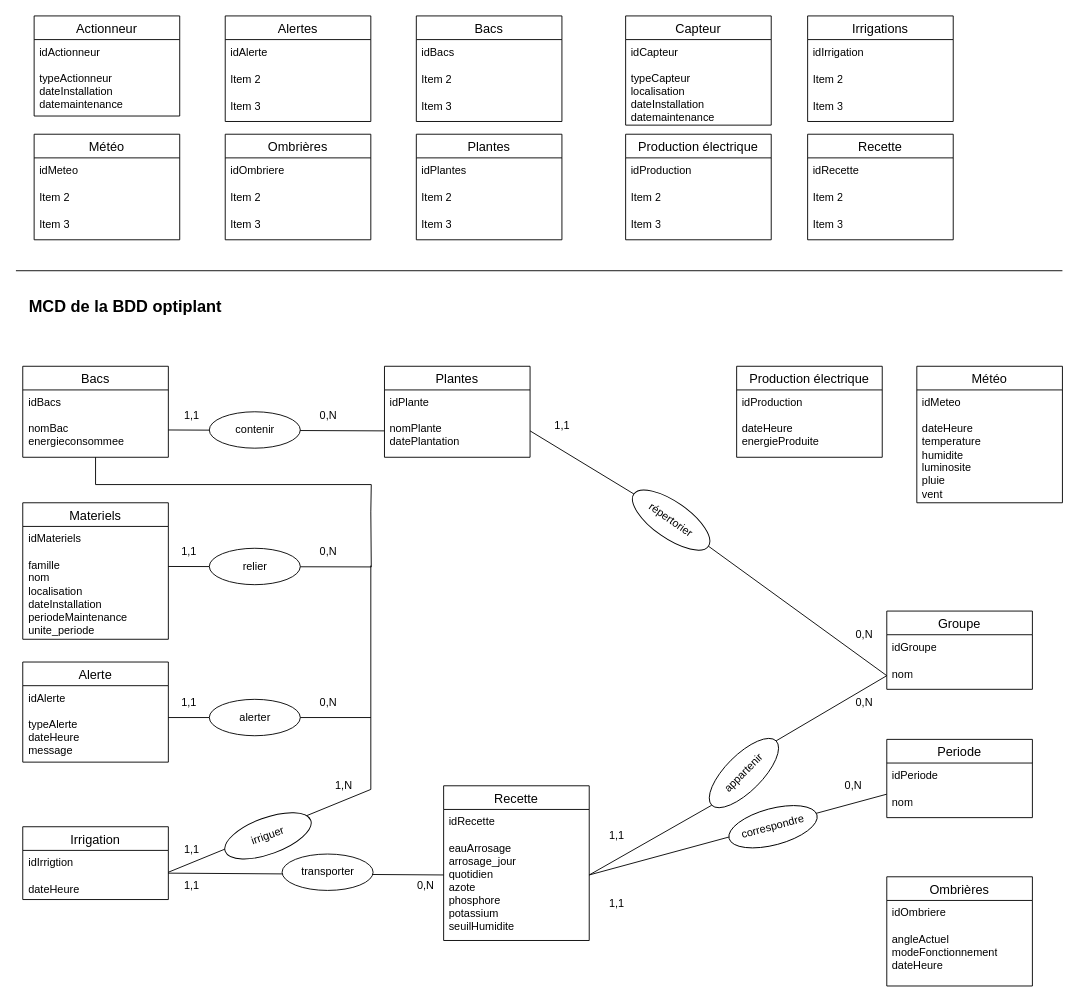
The draw.io diagram MCD.drawio in SAE601/BDD, before the edit. Source tidied: cells renumbered, new cells numbered last; positions are measured from the earlier drawing's top-left corner, leaving out a move shared by most shapes. Both pictures are drawn from the tidied source at 91%, with x=0, y=0 at pixel (15, 15).
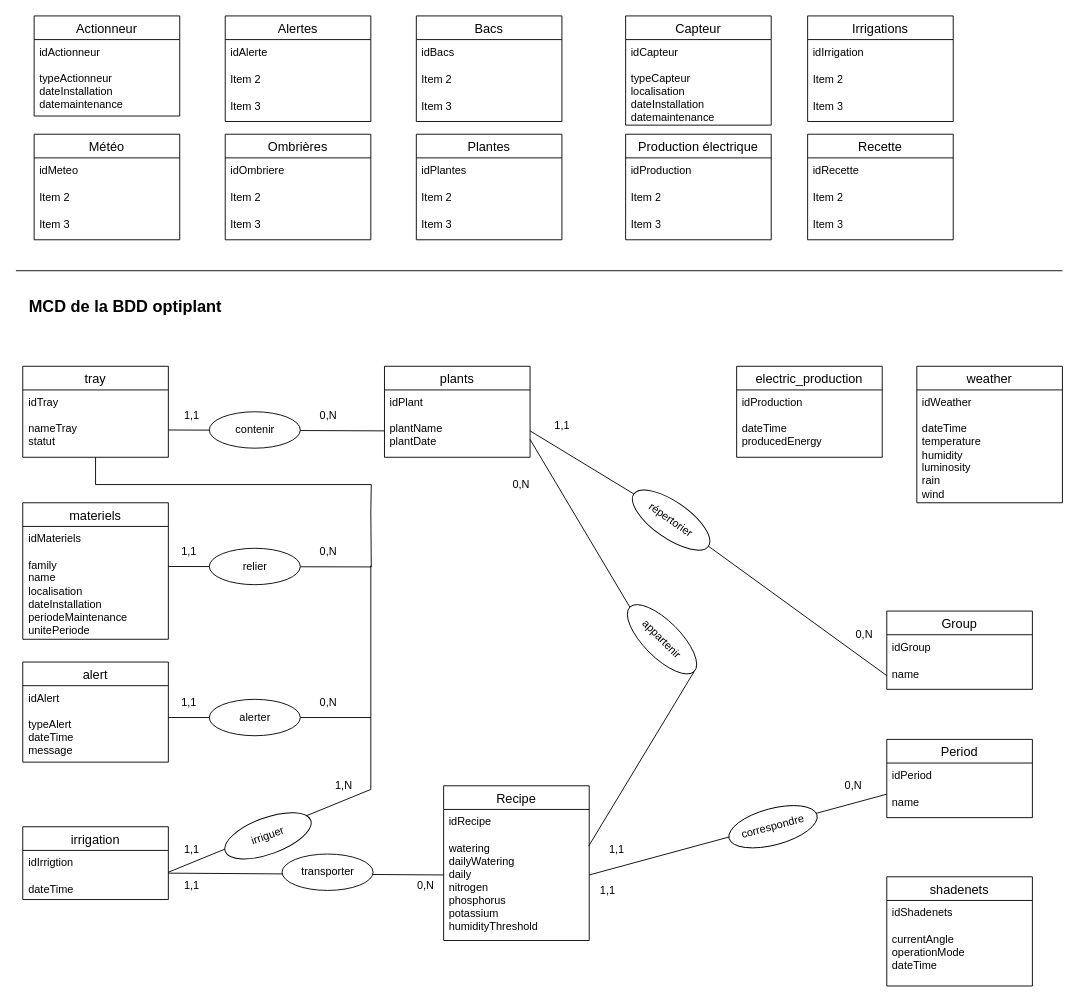
After the change.

What changed in the source:
```diff
@@
-    <mxCell id="35" value="Bacs" style="swimlane;fontStyle=0;horizontal=1;startSize=26;align=center;fontSize=14;" parent="1" vertex="1">
+    <mxCell id="35" value="tray" style="swimlane;fontStyle=0;horizontal=1;startSize=26;align=center;fontSize=14;" parent="1" vertex="1">
       <mxGeometry x="7.5" y="385" width="160" height="100" as="geometry" />
     </mxCell>
-    <mxCell id="36" value="&lt;div&gt;idBacs&lt;/div&gt;&lt;div&gt;&lt;br&gt;&lt;/div&gt;&lt;div&gt;nomBac&lt;/div&gt;&lt;div&gt;energieconsommee&lt;/div&gt;&lt;div&gt;&lt;br&gt;&lt;/div&gt;" style="text;strokeColor=none;fillColor=none;spacingLeft=4;spacingRight=4;overflow=hidden;fontSize=12;whiteSpace=wrap;html=1;" parent="35" vertex="1">
+    <mxCell id="36" value="&lt;div&gt;idTray&lt;u&gt; &lt;/u&gt;&lt;/div&gt;&lt;div&gt;&lt;br&gt;&lt;/div&gt;&lt;div&gt;nameTray&lt;/div&gt;&lt;div&gt;&lt;span style=&quot;white-space: pre;&quot;&gt;statut&lt;span style=&quot;white-space: pre;&quot;&gt;&#9;&lt;/span&gt;&lt;/span&gt;&lt;/div&gt;&lt;div&gt;&lt;br&gt;&lt;/div&gt;" style="text;strokeColor=none;fillColor=none;spacingLeft=4;spacingRight=4;overflow=hidden;fontSize=12;whiteSpace=wrap;html=1;" parent="35" vertex="1">
       <mxGeometry y="26" width="160" height="74" as="geometry" />
     </mxCell>
-    <mxCell id="37" value="Plantes" style="swimlane;fontStyle=0;horizontal=1;startSize=26;align=center;fontSize=14;" parent="1" vertex="1">
+    <mxCell id="37" value="plants" style="swimlane;fontStyle=0;horizontal=1;startSize=26;align=center;fontSize=14;" parent="1" vertex="1">
       <mxGeometry x="405" y="385" width="160" height="100" as="geometry" />
     </mxCell>
-    <mxCell id="38" value="&lt;div&gt;idPlante&lt;/div&gt;&lt;div&gt;&lt;br&gt;&lt;/div&gt;&lt;div&gt;nomPlante&lt;/div&gt;&lt;div&gt;datePlantation&lt;br&gt;&lt;/div&gt;" style="text;strokeColor=none;fillColor=none;spacingLeft=4;spacingRight=4;overflow=hidden;points=[[0,0.5],[1,0.5]];portConstraint=eastwest;fontSize=12;whiteSpace=wrap;html=1;" parent="37" vertex="1">
+    <mxCell id="38" value="&lt;div&gt;idPlant&lt;/div&gt;&lt;div&gt;&lt;br&gt;&lt;/div&gt;&lt;div&gt;plantName&lt;/div&gt;&lt;div&gt;plantDate&lt;/div&gt;" style="text;strokeColor=none;fillColor=none;spacingLeft=4;spacingRight=4;overflow=hidden;points=[[0,0.5],[1,0.5]];portConstraint=eastwest;fontSize=12;whiteSpace=wrap;html=1;" parent="37" vertex="1">
       <mxGeometry y="26" width="160" height="74" as="geometry" />
     </mxCell>
@@
-    <mxCell id="48" value="Alerte" style="swimlane;fontStyle=0;horizontal=1;startSize=26;align=center;fontSize=14;" parent="1" vertex="1">
+    <mxCell id="48" value="alert" style="swimlane;fontStyle=0;horizontal=1;startSize=26;align=center;fontSize=14;" parent="1" vertex="1">
       <mxGeometry x="7.5" y="710" width="160" height="110" as="geometry" />
     </mxCell>
-    <mxCell id="49" value="&lt;div&gt;idAlerte&lt;/div&gt;&lt;div&gt;&lt;br&gt;&lt;/div&gt;&lt;div&gt;typeAlerte&lt;/div&gt;&lt;div&gt;dateHeure&lt;/div&gt;&lt;div&gt;message&lt;br&gt;&lt;/div&gt;" style="text;strokeColor=none;fillColor=none;spacingLeft=4;spacingRight=4;overflow=hidden;fontSize=12;whiteSpace=wrap;html=1;" parent="48" vertex="1">
+    <mxCell id="49" value="&lt;div&gt;idAlert&lt;/div&gt;&lt;div&gt;&lt;br&gt;&lt;/div&gt;&lt;div&gt;typeAlert&lt;/div&gt;&lt;div&gt;dateTime&lt;/div&gt;&lt;div&gt;message&lt;br&gt;&lt;/div&gt;" style="text;strokeColor=none;fillColor=none;spacingLeft=4;spacingRight=4;overflow=hidden;fontSize=12;whiteSpace=wrap;html=1;" parent="48" vertex="1">
       <mxGeometry y="26" width="160" height="84" as="geometry" />
     </mxCell>
@@
-    <mxCell id="55" value="Groupe" style="swimlane;fontStyle=0;horizontal=1;startSize=26;align=center;fontSize=14;" parent="1" vertex="1">
+    <mxCell id="55" value="Group" style="swimlane;fontStyle=0;horizontal=1;startSize=26;align=center;fontSize=14;" parent="1" vertex="1">
       <mxGeometry x="957" y="654" width="160" height="86" as="geometry" />
     </mxCell>
-    <mxCell id="56" value="idGroupe" style="text;strokeColor=none;fillColor=none;spacingLeft=4;spacingRight=4;overflow=hidden;fontSize=12;whiteSpace=wrap;html=1;" parent="55" vertex="1">
+    <mxCell id="56" value="idGroup" style="text;strokeColor=none;fillColor=none;spacingLeft=4;spacingRight=4;overflow=hidden;fontSize=12;whiteSpace=wrap;html=1;" parent="55" vertex="1">
       <mxGeometry y="26" width="160" height="30" as="geometry" />
     </mxCell>
-    <mxCell id="57" value="nom" style="text;strokeColor=none;fillColor=none;spacingLeft=4;spacingRight=4;overflow=hidden;points=[[0,0.5],[1,0.5]];portConstraint=eastwest;fontSize=12;whiteSpace=wrap;html=1;" parent="55" vertex="1">
+    <mxCell id="57" value="name" style="text;strokeColor=none;fillColor=none;spacingLeft=4;spacingRight=4;overflow=hidden;points=[[0,0.5],[1,0.5]];portConstraint=eastwest;fontSize=12;whiteSpace=wrap;html=1;" parent="55" vertex="1">
       <mxGeometry y="56" width="160" height="30" as="geometry" />
     </mxCell>
-    <mxCell id="58" style="endArrow=none;html=1;rounded=0;entryX=0;entryY=0.5;entryDx=0;entryDy=0;exitX=1;exitY=0.5;exitDx=0;exitDy=0;" parent="1" edge="1" source="100" target="57">
+    <mxCell id="58" style="endArrow=none;html=1;rounded=0;exitX=0;exitY=0.5;exitDx=0;exitDy=0;entryX=1;entryY=0.735;entryDx=0;entryDy=0;entryPerimeter=0;" parent="1" edge="1" source="100" target="38">
       <mxGeometry relative="1" as="geometry" />
     </mxCell>
     <mxCell id="59" value="1,1" style="text;html=1;align=center;verticalAlign=middle;strokeColor=none;fillColor=none;" parent="1" vertex="1">
-      <mxGeometry x="640" y="961" width="40" height="30" as="geometry" />
+      <mxGeometry x="630" y="946" width="40" height="30" as="geometry" />
     </mxCell>
     <mxCell id="60" value="0,N" style="text;html=1;align=center;verticalAlign=middle;strokeColor=none;fillColor=none;" parent="1" vertex="1">
-      <mxGeometry x="912" y="740" width="40" height="30" as="geometry" />
+      <mxGeometry x="535" y="500" width="40" height="30" as="geometry" />
     </mxCell>
@@
     <mxCell id="63" value="1,1" style="text;html=1;align=center;verticalAlign=middle;strokeColor=none;fillColor=none;" parent="1" vertex="1">
-      <mxGeometry x="640" y="886" width="40" height="30" as="geometry" />
+      <mxGeometry x="640" y="901" width="40" height="30" as="geometry" />
     </mxCell>
@@
-    <mxCell id="65" value="Periode" style="swimlane;fontStyle=0;horizontal=1;startSize=26;align=center;fontSize=14;" parent="1" vertex="1">
+    <mxCell id="65" value="Period" style="swimlane;fontStyle=0;horizontal=1;startSize=26;align=center;fontSize=14;" parent="1" vertex="1">
       <mxGeometry x="957" y="795" width="160" height="86" as="geometry" />
     </mxCell>
-    <mxCell id="66" value="idPeriode" style="text;strokeColor=none;fillColor=none;spacingLeft=4;spacingRight=4;overflow=hidden;fontSize=12;whiteSpace=wrap;html=1;" parent="65" vertex="1">
+    <mxCell id="66" value="idPeriod" style="text;strokeColor=none;fillColor=none;spacingLeft=4;spacingRight=4;overflow=hidden;fontSize=12;whiteSpace=wrap;html=1;" parent="65" vertex="1">
       <mxGeometry y="26" width="160" height="30" as="geometry" />
     </mxCell>
-    <mxCell id="67" value="nom" style="text;strokeColor=none;fillColor=none;spacingLeft=4;spacingRight=4;overflow=hidden;points=[[0,0.5],[1,0.5]];portConstraint=eastwest;fontSize=12;whiteSpace=wrap;html=1;" parent="65" vertex="1">
+    <mxCell id="67" value="name" style="text;strokeColor=none;fillColor=none;spacingLeft=4;spacingRight=4;overflow=hidden;points=[[0,0.5],[1,0.5]];portConstraint=eastwest;fontSize=12;whiteSpace=wrap;html=1;" parent="65" vertex="1">
       <mxGeometry y="56" width="160" height="30" as="geometry" />
     </mxCell>
-    <mxCell id="68" value="Irrigation" style="swimlane;fontStyle=0;horizontal=1;startSize=26;align=center;fontSize=14;" parent="1" vertex="1">
+    <mxCell id="68" value="irrigation" style="swimlane;fontStyle=0;horizontal=1;startSize=26;align=center;fontSize=14;" parent="1" vertex="1">
       <mxGeometry x="7.5" y="891" width="160" height="80" as="geometry" />
     </mxCell>
-    <mxCell id="69" value="&lt;div&gt;idIrrigtion&lt;/div&gt;&lt;div&gt;&lt;br&gt;&lt;/div&gt;&lt;div&gt;dateHeure&lt;/div&gt;&lt;div&gt;&lt;br&gt;&lt;/div&gt;" style="text;strokeColor=none;fillColor=none;spacingLeft=4;spacingRight=4;overflow=hidden;fontSize=12;whiteSpace=wrap;html=1;" parent="68" vertex="1">
+    <mxCell id="69" value="&lt;div&gt;idIrrigtion&lt;/div&gt;&lt;div&gt;&lt;br&gt;&lt;/div&gt;&lt;div&gt;dateTime&lt;/div&gt;&lt;div&gt;&lt;br&gt;&lt;/div&gt;" style="text;strokeColor=none;fillColor=none;spacingLeft=4;spacingRight=4;overflow=hidden;fontSize=12;whiteSpace=wrap;html=1;" parent="68" vertex="1">
       <mxGeometry y="26" width="160" height="54" as="geometry" />
     </mxCell>
@@
-    <mxCell id="74" value="Recette" style="swimlane;fontStyle=0;horizontal=1;startSize=26;align=center;fontSize=14;" parent="1" vertex="1">
+    <mxCell id="74" value="Recipe" style="swimlane;fontStyle=0;horizontal=1;startSize=26;align=center;fontSize=14;" parent="1" vertex="1">
       <mxGeometry x="470" y="846" width="160" height="170" as="geometry" />
     </mxCell>
-    <mxCell id="75" value="&lt;div&gt;idRecette&lt;br&gt;&lt;/div&gt;&lt;div&gt;&lt;br&gt;&lt;/div&gt;&lt;div&gt;eauArrosage&lt;/div&gt;&lt;div&gt;&lt;div&gt;arrosage_jour&lt;/div&gt;&lt;div&gt;quotidien&lt;/div&gt;&lt;div&gt;azote&lt;br&gt;phosphore&lt;br&gt;potassium&lt;br&gt;seuilHumidite&lt;/div&gt;&lt;br&gt;&lt;/div&gt;&lt;div&gt;&lt;br&gt;&lt;/div&gt;" style="text;strokeColor=none;fillColor=none;spacingLeft=4;spacingRight=4;overflow=hidden;points=[[0,0.5],[1,0.5]];portConstraint=eastwest;fontSize=12;whiteSpace=wrap;html=1;" parent="74" vertex="1">
+    <mxCell id="75" value="&lt;div&gt;idRecipe&lt;br&gt;&lt;/div&gt;&lt;div&gt;&lt;br&gt;&lt;/div&gt;&lt;div&gt;watering&lt;span style=&quot;white-space: pre;&quot;&gt;&lt;/span&gt;&lt;/div&gt;&lt;div&gt;&lt;div&gt;dailyWatering&lt;span style=&quot;white-space: pre;&quot;&gt;&#9;&lt;/span&gt;&lt;/div&gt;&lt;div&gt;daily&lt;span style=&quot;white-space: pre;&quot;&gt;&#9;&lt;/span&gt;&lt;span style=&quot;white-space: pre;&quot;&gt;&#9;&lt;/span&gt;&lt;br&gt;nitrogen&lt;span style=&quot;white-space: pre;&quot;&gt;&#9;&lt;/span&gt;&lt;br&gt;phosphorus&lt;span style=&quot;white-space: pre;&quot;&gt;&#9;&lt;/span&gt;&lt;br&gt;potassium&lt;span style=&quot;white-space: pre;&quot;&gt;&#9;&lt;/span&gt;&lt;br&gt;humidityThreshold&lt;/div&gt;&lt;br&gt;&lt;/div&gt;&lt;div&gt;&lt;br&gt;&lt;/div&gt;" style="text;strokeColor=none;fillColor=none;spacingLeft=4;spacingRight=4;overflow=hidden;points=[[0,0.5],[1,0.5]];portConstraint=eastwest;fontSize=12;whiteSpace=wrap;html=1;" parent="74" vertex="1">
       <mxGeometry y="26" width="160" height="144" as="geometry" />
     </mxCell>
@@
-    <mxCell id="87" value="Météo" style="swimlane;fontStyle=0;horizontal=1;startSize=26;align=center;fontSize=14;" parent="1" vertex="1">
+    <mxCell id="87" value="weather" style="swimlane;fontStyle=0;horizontal=1;startSize=26;align=center;fontSize=14;" parent="1" vertex="1">
       <mxGeometry x="990" y="385" width="160" height="150" as="geometry" />
     </mxCell>
-    <mxCell id="88" value="&lt;div&gt;idMeteo&lt;/div&gt;&lt;div&gt;&lt;br&gt;&lt;/div&gt;&lt;div&gt;dateHeure&lt;/div&gt;&lt;div&gt;temperature&lt;/div&gt;&lt;div&gt;humidite&lt;/div&gt;&lt;div&gt;luminosite&lt;br&gt;          pluie&lt;/div&gt;&lt;div&gt;vent&lt;br&gt;&lt;/div&gt;" style="text;strokeColor=none;fillColor=none;spacingLeft=4;spacingRight=4;overflow=hidden;fontSize=12;whiteSpace=wrap;html=1;" parent="87" vertex="1">
+    <mxCell id="88" value="&lt;div&gt;idWeather&lt;/div&gt;&lt;div&gt;&lt;br&gt;&lt;/div&gt;&lt;div&gt;dateTime&lt;/div&gt;&lt;div&gt;temperature&lt;/div&gt;&lt;div&gt;humidity&lt;/div&gt;&lt;div&gt;luminosity&lt;br&gt;rain&lt;/div&gt;&lt;div&gt;wind&lt;/div&gt;" style="text;strokeColor=none;fillColor=none;spacingLeft=4;spacingRight=4;overflow=hidden;fontSize=12;whiteSpace=wrap;html=1;" parent="87" vertex="1">
       <mxGeometry y="26" width="160" height="124" as="geometry" />
     </mxCell>
-    <mxCell id="89" value="Production électrique" style="swimlane;fontStyle=0;horizontal=1;startSize=26;align=center;fontSize=14;" parent="1" vertex="1">
+    <mxCell id="89" value="electric_production" style="swimlane;fontStyle=0;horizontal=1;startSize=26;align=center;fontSize=14;" parent="1" vertex="1">
       <mxGeometry x="792" y="385" width="160" height="100" as="geometry" />
     </mxCell>
-    <mxCell id="90" value="&lt;div&gt;idProduction&lt;/div&gt;&lt;div&gt;&lt;br&gt;&lt;/div&gt;&lt;div&gt;dateHeure&lt;/div&gt;&lt;div&gt;energieProduite&lt;br&gt;&lt;/div&gt;" style="text;strokeColor=none;fillColor=none;spacingLeft=4;spacingRight=4;overflow=hidden;fontSize=12;whiteSpace=wrap;html=1;" parent="89" vertex="1">
+    <mxCell id="90" value="&lt;div&gt;idProduction&lt;/div&gt;&lt;div&gt;&lt;br&gt;&lt;/div&gt;&lt;div&gt;dateTime&lt;/div&gt;&lt;div&gt;producedEnergy&lt;/div&gt;" style="text;strokeColor=none;fillColor=none;spacingLeft=4;spacingRight=4;overflow=hidden;fontSize=12;whiteSpace=wrap;html=1;" parent="89" vertex="1">
       <mxGeometry y="26" width="160" height="74" as="geometry" />
     </mxCell>
-    <mxCell id="91" value="Ombrières" style="swimlane;fontStyle=0;horizontal=1;startSize=26;align=center;fontSize=14;" parent="1" vertex="1">
+    <mxCell id="91" value="shadenets" style="swimlane;fontStyle=0;horizontal=1;startSize=26;align=center;fontSize=14;" parent="1" vertex="1">
       <mxGeometry x="957" y="946" width="160" height="120" as="geometry" />
     </mxCell>
-    <mxCell id="92" value="&lt;div&gt;idOmbriere&lt;/div&gt;&lt;div&gt;&lt;br&gt;&lt;/div&gt;&lt;div&gt;angleActuel&lt;/div&gt;&lt;div&gt;modeFonctionnement&lt;/div&gt;&lt;div&gt;dateHeure&lt;br&gt;&lt;/div&gt;" style="text;strokeColor=none;fillColor=none;spacingLeft=4;spacingRight=4;overflow=hidden;fontSize=12;whiteSpace=wrap;html=1;" parent="91" vertex="1">
+    <mxCell id="92" value="&lt;div&gt;idShadenets&lt;/div&gt;&lt;div&gt;&lt;br&gt;&lt;/div&gt;&lt;div&gt;currentAngle&lt;span style=&quot;white-space: pre;&quot;&gt;&#9;&lt;/span&gt;&lt;/div&gt;&lt;div&gt;operationMode &lt;br&gt;&lt;/div&gt;&lt;div&gt;dateTime&lt;/div&gt;" style="text;strokeColor=none;fillColor=none;spacingLeft=4;spacingRight=4;overflow=hidden;fontSize=12;whiteSpace=wrap;html=1;" parent="91" vertex="1">
       <mxGeometry y="26" width="160" height="94" as="geometry" />
     </mxCell>
-    <mxCell id="93" value="Materiels" style="swimlane;fontStyle=0;horizontal=1;startSize=26;align=center;fontSize=14;" parent="1" vertex="1">
+    <mxCell id="93" value="materiels" style="swimlane;fontStyle=0;horizontal=1;startSize=26;align=center;fontSize=14;" parent="1" vertex="1">
       <mxGeometry x="7.5" y="535" width="160" height="150" as="geometry" />
     </mxCell>
-    <mxCell id="94" value="&lt;div&gt;idMateriels&lt;/div&gt;&lt;div&gt;&lt;br&gt;&lt;/div&gt;&lt;div&gt;famille&lt;/div&gt;&lt;div&gt;nom&lt;br&gt;&lt;/div&gt;&lt;div&gt;localisation&lt;br&gt;&lt;/div&gt;&lt;div&gt;dateInstallation&lt;/div&gt;&lt;div&gt;periodeMaintenance&lt;/div&gt;&lt;div&gt;unite_periode&lt;br&gt;&lt;/div&gt;" style="text;strokeColor=none;fillColor=none;spacingLeft=4;spacingRight=4;overflow=hidden;fontSize=12;whiteSpace=wrap;html=1;" parent="93" vertex="1">
+    <mxCell id="94" value="&lt;div&gt;idMateriels&lt;/div&gt;&lt;div&gt;&lt;br&gt;&lt;/div&gt;&lt;div&gt;family&lt;/div&gt;&lt;div&gt;name&lt;/div&gt;&lt;div&gt;localisation&lt;br&gt;&lt;/div&gt;&lt;div&gt;dateInstallation&lt;/div&gt;&lt;div&gt;periodeMaintenance&lt;/div&gt;&lt;div&gt;unitePeriode&lt;/div&gt;" style="text;strokeColor=none;fillColor=none;spacingLeft=4;spacingRight=4;overflow=hidden;fontSize=12;whiteSpace=wrap;html=1;" parent="93" vertex="1">
       <mxGeometry y="26" width="160" height="124" as="geometry" />
     </mxCell>
@@
-    <mxCell id="99" style="endArrow=none;html=1;rounded=0;entryX=0;entryY=0.5;entryDx=0;entryDy=0;exitX=1;exitY=0.5;exitDx=0;exitDy=0;" parent="1" edge="1" source="75" target="100">
-      <mxGeometry relative="1" as="geometry" />
-    </mxCell>
-    <mxCell id="100" value="appartenir" style="ellipse;whiteSpace=wrap;html=1;align=center;rotation=-45;" parent="1" vertex="1">
-      <mxGeometry x="750" y="812" width="100" height="40" as="geometry" />
+    <mxCell id="100" value="appartenir" style="ellipse;whiteSpace=wrap;html=1;align=center;rotation=45;" parent="1" vertex="1">
+      <mxGeometry x="660" y="665" width="100" height="40" as="geometry" />
     </mxCell>
+    <mxCell id="101" style="edgeStyle=none;rounded=0;jettySize=auto;html=1;exitX=1;exitY=0.5;exitDx=0;exitDy=0;entryX=0.996;entryY=0.28;entryDx=0;entryDy=0;entryPerimeter=0;endArrow=none;startFill=0;" parent="1" edge="1" source="100" target="75">
+      <mxGeometry relative="1" as="geometry" />
+    </mxCell>
```
